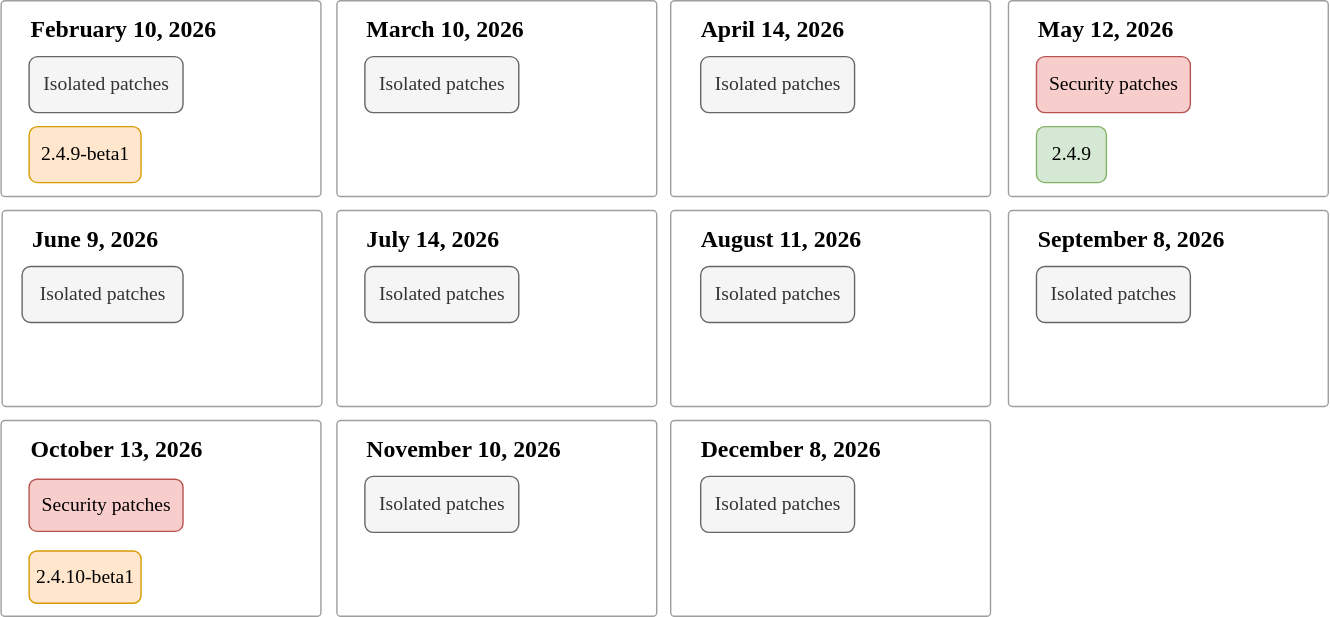
This is help/assets/release/release-calendar.drawio.svg from AdobeDocs/commerce-operations.en, a draw.io export, as it was before one commit. Source tidied: cells renumbered, new cells last; positions are measured from the earlier drawing's top-left corner, leaving out a move shared by most shapes.
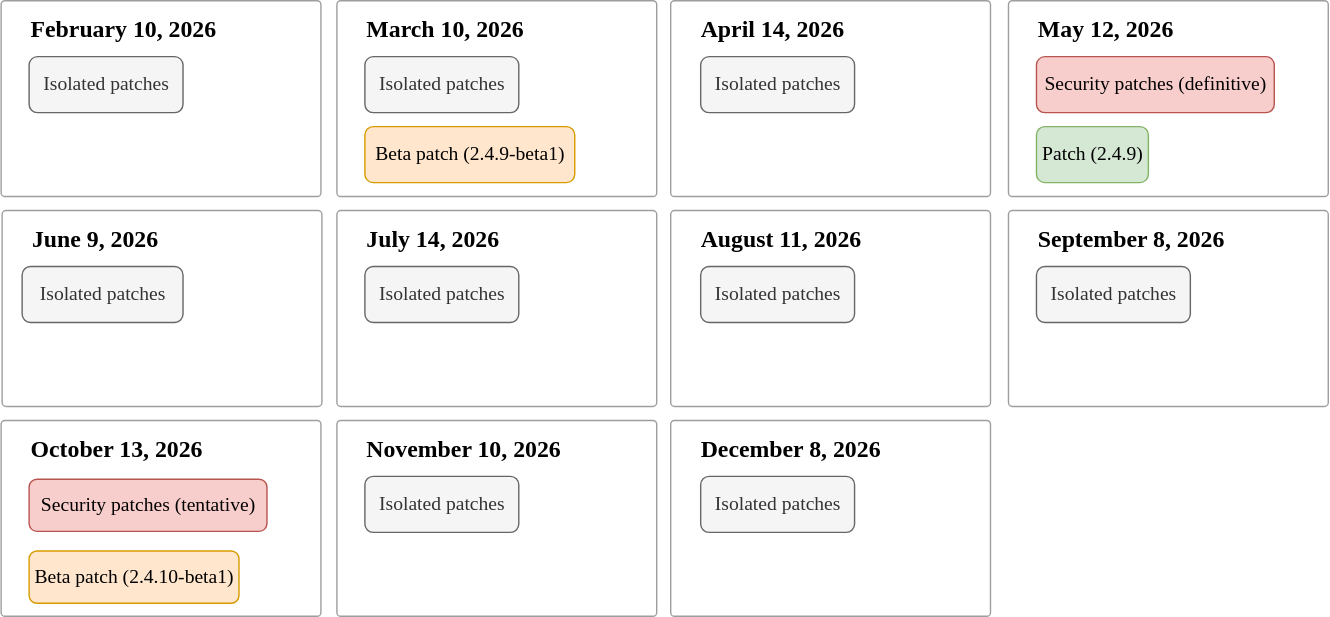
After the commit.

Commit message:
COMDOX-1284: PM revisions to initial 2026 patch schedule

Change to the diagram source:
```diff
@@ -59,23 +59,23 @@
     <mxCell id="20" value="Isolated patches" style="rounded=1;whiteSpace=wrap;html=1;fillColor=#f5f5f5;strokeColor=#666666;fontFamily=Adobe Clean;fontSize=14;fontColor=#333333;" parent="1" vertex="1">
       <mxGeometry x="740" y="190" width="110" height="40" as="geometry" />
     </mxCell>
-    <mxCell id="21" value="Security patches" style="rounded=1;whiteSpace=wrap;html=1;fillColor=#f8cecc;strokeColor=#b85450;fontFamily=Adobe Clean;fontSize=14;" parent="1" vertex="1">
-      <mxGeometry x="740" y="40" width="110" height="40" as="geometry" />
+    <mxCell id="21" value="Security patches (definitive)" style="rounded=1;whiteSpace=wrap;html=1;fillColor=#f8cecc;strokeColor=#b85450;fontFamily=Adobe Clean;fontSize=14;" parent="1" vertex="1">
+      <mxGeometry x="740" y="40" width="170" height="40" as="geometry" />
     </mxCell>
-    <mxCell id="22" value="2.4.9" style="rounded=1;whiteSpace=wrap;html=1;fillColor=#d5e8d4;strokeColor=#82b366;fontFamily=Adobe Clean;fontSize=14;" parent="1" vertex="1">
-      <mxGeometry x="740" y="90" width="50" height="40" as="geometry" />
+    <mxCell id="22" value="Patch (2.4.9)" style="rounded=1;whiteSpace=wrap;html=1;fillColor=#d5e8d4;strokeColor=#82b366;fontFamily=Adobe Clean;fontSize=14;" parent="1" vertex="1">
+      <mxGeometry x="740" y="90" width="80" height="40" as="geometry" />
     </mxCell>
-    <mxCell id="23" value="2.4.9-beta1" style="rounded=1;whiteSpace=wrap;html=1;fillColor=#ffe6cc;strokeColor=#d79b00;fontFamily=Adobe Clean;fontSize=14;" parent="1" vertex="1">
-      <mxGeometry x="20" y="90" width="80" height="40" as="geometry" />
+    <mxCell id="23" value="Beta patch (2.4.9-beta1)" style="rounded=1;whiteSpace=wrap;html=1;fillColor=#ffe6cc;strokeColor=#d79b00;fontFamily=Adobe Clean;fontSize=14;" parent="1" vertex="1">
+      <mxGeometry x="260" y="90" width="150" height="40" as="geometry" />
     </mxCell>
     <mxCell id="24" value="&lt;div&gt;&lt;font&gt;&lt;b&gt;October 13, 2026&lt;/b&gt;&lt;/font&gt;&lt;/div&gt;&lt;div&gt;&lt;br&gt;&lt;/div&gt;&lt;div&gt;&lt;br&gt;&lt;/div&gt;" style="rounded=1;whiteSpace=wrap;html=1;arcSize=2;fillColor=none;strokeColor=#9E9E9E;fontFamily=Adobe Clean;fontSize=17;perimeter=rectanglePerimeter;shadow=0;align=left;spacingTop=-58;spacing=2;spacingLeft=19;" parent="1" vertex="1">
       <mxGeometry y="300" width="228.6" height="140" as="geometry" />
     </mxCell>
-    <mxCell id="25" value="Security patches" style="rounded=1;whiteSpace=wrap;html=1;fillColor=#f8cecc;strokeColor=#b85450;fontFamily=Adobe Clean;fontSize=14;" parent="1" vertex="1">
-      <mxGeometry x="20" y="342" width="110" height="37.3" as="geometry" />
+    <mxCell id="25" value="Security patches (tentative)" style="rounded=1;whiteSpace=wrap;html=1;fillColor=#f8cecc;strokeColor=#b85450;fontFamily=Adobe Clean;fontSize=14;" parent="1" vertex="1">
+      <mxGeometry x="20" y="342" width="170" height="37.3" as="geometry" />
     </mxCell>
-    <mxCell id="26" value="2.4.10-beta1" style="rounded=1;whiteSpace=wrap;html=1;fillColor=#ffe6cc;strokeColor=#d79b00;fontFamily=Adobe Clean;fontSize=14;" parent="1" vertex="1">
-      <mxGeometry x="20" y="393.3" width="80" height="37.3" as="geometry" />
+    <mxCell id="26" value="Beta patch (2.4.10-beta1)" style="rounded=1;whiteSpace=wrap;html=1;fillColor=#ffe6cc;strokeColor=#d79b00;fontFamily=Adobe Clean;fontSize=14;" parent="1" vertex="1">
+      <mxGeometry x="20" y="393.3" width="150" height="37.3" as="geometry" />
     </mxCell>
   </root>
 </mxGraphModel>
```
